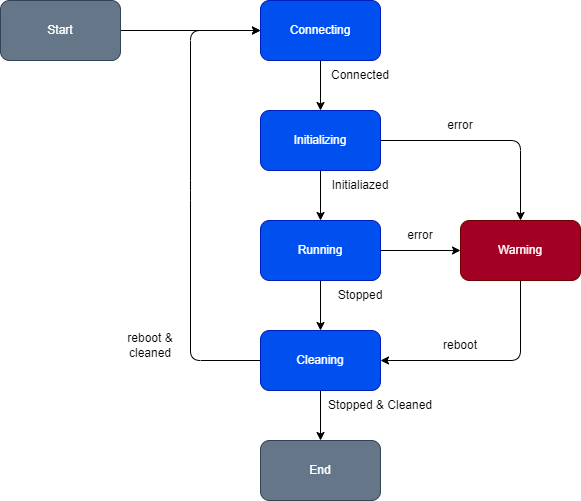
Above: content/docs/50_platform/architecture/interface/fsm.png in Panduza/panduza-doc (draw.io), before the change. Source tidied: cells renumbered, new cells last; positions are measured from the earlier drawing's top-left corner, leaving out a move shared by most shapes.
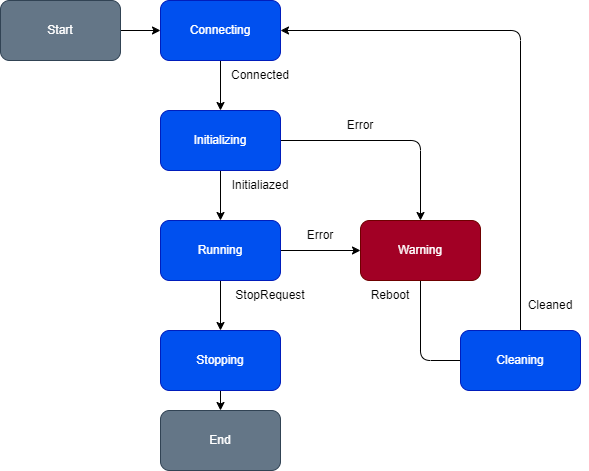
Above is the later version.

Commit message:
fix fsm diagram

Change to the diagram source:
```diff
@@ -21,12 +21,12 @@
     <mxCell id="6" value="Initializing" style="rounded=1;whiteSpace=wrap;html=1;fillColor=#0050ef;fontColor=#ffffff;strokeColor=#001DBC;" parent="1" vertex="1">
       <mxGeometry x="260" y="110" width="120" height="60" as="geometry" />
     </mxCell>
-    <mxCell id="7" style="edgeStyle=none;html=1;" parent="1" edge="1" source="9" target="14">
-      <mxGeometry relative="1" as="geometry" />
-    </mxCell>
     <mxCell id="8" style="edgeStyle=none;html=1;" parent="1" edge="1" source="9" target="11">
       <mxGeometry relative="1" as="geometry" />
     </mxCell>
+    <mxCell id="26" style="edgeStyle=none;html=1;" parent="1" edge="1" source="9" target="28">
+      <mxGeometry relative="1" as="geometry" />
+    </mxCell>
     <mxCell id="9" value="Running" style="rounded=1;whiteSpace=wrap;html=1;fillColor=#0050ef;fontColor=#ffffff;strokeColor=#001DBC;" parent="1" vertex="1">
       <mxGeometry x="260" y="220" width="120" height="60" as="geometry" />
     </mxCell>
@@ -40,20 +40,16 @@
     <mxCell id="11" value="Warning" style="rounded=1;whiteSpace=wrap;html=1;fillColor=#a20025;fontColor=#ffffff;strokeColor=#6F0000;" parent="1" vertex="1">
       <mxGeometry x="460" y="220" width="120" height="60" as="geometry" />
     </mxCell>
-    <mxCell id="12" style="edgeStyle=none;html=1;" parent="1" edge="1" source="14" target="20">
-      <mxGeometry relative="1" as="geometry" />
-    </mxCell>
-    <mxCell id="13" style="edgeStyle=none;html=1;exitX=0;exitY=0.5;exitDx=0;exitDy=0;entryX=0;entryY=0.5;entryDx=0;entryDy=0;" parent="1" edge="1" source="14" target="3">
+    <mxCell id="13" style="edgeStyle=none;html=1;exitX=0.5;exitY=0;exitDx=0;exitDy=0;" parent="1" edge="1" source="14">
       <mxGeometry relative="1" as="geometry">
+        <mxPoint x="380" y="30" as="targetPoint" />
         <Array as="points">
-          <mxPoint x="190" y="360" />
-          <mxPoint x="190" y="190" />
-          <mxPoint x="190" y="30" />
+          <mxPoint x="620" y="30" />
         </Array>
       </mxGeometry>
     </mxCell>
     <mxCell id="14" value="Cleaning" style="rounded=1;whiteSpace=wrap;html=1;fillColor=#0050ef;fontColor=#ffffff;strokeColor=#001DBC;" parent="1" vertex="1">
-      <mxGeometry x="260" y="330" width="120" height="60" as="geometry" />
+      <mxGeometry x="560" y="330" width="120" height="60" as="geometry" />
     </mxCell>
     <mxCell id="15" value="Connected" style="text;html=1;strokeColor=none;fillColor=none;align=center;verticalAlign=middle;whiteSpace=wrap;rounded=0;" parent="1" vertex="1">
       <mxGeometry x="330" y="60" width="60" height="30" as="geometry" />
@@ -61,8 +57,8 @@
     <mxCell id="16" value="Initialiazed" style="text;html=1;strokeColor=none;fillColor=none;align=center;verticalAlign=middle;whiteSpace=wrap;rounded=0;" parent="1" vertex="1">
       <mxGeometry x="330" y="170" width="60" height="30" as="geometry" />
     </mxCell>
-    <mxCell id="17" value="Stopped" style="text;html=1;strokeColor=none;fillColor=none;align=center;verticalAlign=middle;whiteSpace=wrap;rounded=0;" parent="1" vertex="1">
-      <mxGeometry x="330" y="280" width="60" height="30" as="geometry" />
+    <mxCell id="17" value="StopRequest" style="text;html=1;strokeColor=none;fillColor=none;align=center;verticalAlign=middle;whiteSpace=wrap;rounded=0;" parent="1" vertex="1">
+      <mxGeometry x="320" y="280" width="100" height="30" as="geometry" />
     </mxCell>
     <mxCell id="18" style="edgeStyle=none;html=1;exitX=1;exitY=0.5;exitDx=0;exitDy=0;" parent="1" edge="1" source="19">
       <mxGeometry relative="1" as="geometry">
@@ -70,25 +66,28 @@
       </mxGeometry>
     </mxCell>
     <mxCell id="19" value="Start" style="rounded=1;whiteSpace=wrap;html=1;fillColor=#647687;fontColor=#ffffff;strokeColor=#314354;" parent="1" vertex="1">
-      <mxGeometry width="120" height="60" as="geometry" />
+      <mxGeometry x="100" width="120" height="60" as="geometry" />
     </mxCell>
     <mxCell id="20" value="End" style="rounded=1;whiteSpace=wrap;html=1;fillColor=#647687;fontColor=#ffffff;strokeColor=#314354;" parent="1" vertex="1">
-      <mxGeometry x="260" y="440" width="120" height="60" as="geometry" />
+      <mxGeometry x="260" y="410" width="120" height="60" as="geometry" />
     </mxCell>
-    <mxCell id="21" value="Stopped &amp;amp; Cleaned" style="text;html=1;strokeColor=none;fillColor=none;align=center;verticalAlign=middle;whiteSpace=wrap;rounded=0;" parent="1" vertex="1">
-      <mxGeometry x="320" y="390" width="120" height="30" as="geometry" />
-    </mxCell>
-    <mxCell id="22" value="error" style="text;html=1;strokeColor=none;fillColor=none;align=center;verticalAlign=middle;whiteSpace=wrap;rounded=0;" parent="1" vertex="1">
+    <mxCell id="22" value="Error" style="text;html=1;strokeColor=none;fillColor=none;align=center;verticalAlign=middle;whiteSpace=wrap;rounded=0;" parent="1" vertex="1">
       <mxGeometry x="390" y="220" width="60" height="30" as="geometry" />
     </mxCell>
-    <mxCell id="23" value="error" style="text;html=1;strokeColor=none;fillColor=none;align=center;verticalAlign=middle;whiteSpace=wrap;rounded=0;" parent="1" vertex="1">
+    <mxCell id="23" value="Error" style="text;html=1;strokeColor=none;fillColor=none;align=center;verticalAlign=middle;whiteSpace=wrap;rounded=0;" parent="1" vertex="1">
       <mxGeometry x="430" y="110" width="60" height="30" as="geometry" />
     </mxCell>
-    <mxCell id="24" value="reboot" style="text;html=1;strokeColor=none;fillColor=none;align=center;verticalAlign=middle;whiteSpace=wrap;rounded=0;" parent="1" vertex="1">
-      <mxGeometry x="430" y="330" width="60" height="30" as="geometry" />
+    <mxCell id="24" value="Reboot" style="text;html=1;strokeColor=none;fillColor=none;align=center;verticalAlign=middle;whiteSpace=wrap;rounded=0;" parent="1" vertex="1">
+      <mxGeometry x="460" y="280" width="60" height="30" as="geometry" />
     </mxCell>
-    <mxCell id="25" value="reboot &amp;amp; cleaned" style="text;html=1;strokeColor=none;fillColor=none;align=center;verticalAlign=middle;whiteSpace=wrap;rounded=0;" parent="1" vertex="1">
-      <mxGeometry x="120" y="330" width="60" height="30" as="geometry" />
-    </mxCell>
+    <mxCell id="27" style="edgeStyle=none;html=1;" parent="1" edge="1" source="28" target="20">
+      <mxGeometry relative="1" as="geometry" />
+    </mxCell>
+    <mxCell id="28" value="Stopping" style="rounded=1;whiteSpace=wrap;html=1;fillColor=#0050ef;fontColor=#ffffff;strokeColor=#001DBC;" parent="1" vertex="1">
+      <mxGeometry x="260" y="330" width="120" height="60" as="geometry" />
+    </mxCell>
+    <mxCell id="29" value="Cleaned" style="text;html=1;strokeColor=none;fillColor=none;align=center;verticalAlign=middle;whiteSpace=wrap;rounded=0;" parent="1" vertex="1">
+      <mxGeometry x="620" y="290" width="60" height="30" as="geometry" />
+    </mxCell>
   </root>
 </mxGraphModel>
```
